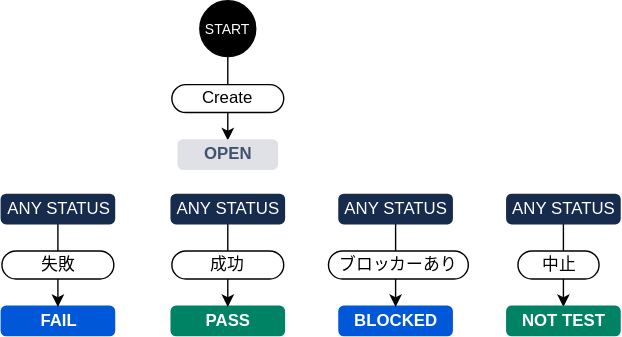
Before: draw.io/jiraflow-testrun.drawio.svg, a diagram exported from draw.io (yasukan23/Sonic-Scale). Source tidied: cells renumbered, new cells last; positions are measured from the earlier drawing's top-left corner, leaving out a move shared by most shapes.
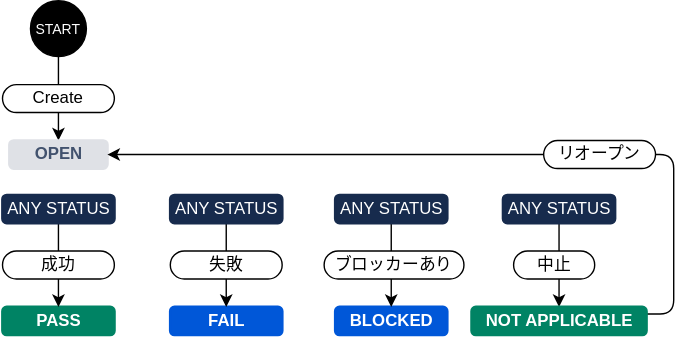
After the change.

Commit message:
[Update] テスト実行プロセスのドキュメントを更新。NOT TESTをNOT APPLICABLEに変更し、探索的テストの説明を明確化。JIRAチケットのリグレッションテストに関する記述を追加。関連するSVGワークフロー図の要素を調整。

The edit, as a diff of the source:
```diff
@@ -18,28 +18,36 @@
       <mxGeometry relative="1" as="geometry" />
     </mxCell>
     <mxCell id="7" value="FAIL" style="dashed=0;html=1;rounded=1;fillColor=#0057D8;strokeColor=#0057D8;fontSize=12;align=center;fontStyle=1;strokeWidth=2;fontColor=#ffffff;" parent="1" vertex="1">
-      <mxGeometry x="0.5" y="219" width="80" height="20" as="geometry" />
+      <mxGeometry x="242" y="219" width="80" height="20" as="geometry" />
     </mxCell>
     <mxCell id="8" style="edgeStyle=none;html=1;exitX=0.5;exitY=1;exitDx=0;exitDy=0;entryX=0.5;entryY=0;entryDx=0;entryDy=0;" parent="1" edge="1" source="9" target="12">
       <mxGeometry relative="1" as="geometry" />
     </mxCell>
     <mxCell id="9" value="ANY STATUS" style="dashed=0;html=1;rounded=1;fillColor=#172B4D;strokeColor=#172B4D;fontSize=12;align=center;fontStyle=0;strokeWidth=2;fontColor=#ffffff;" parent="1" vertex="1">
-      <mxGeometry x="362" y="139" width="80" height="20" as="geometry" />
+      <mxGeometry x="480" y="139" width="80" height="20" as="geometry" />
     </mxCell>
     <mxCell id="10" value="BLOCKED" style="dashed=0;html=1;rounded=1;fillColor=#0057D8;strokeColor=#0057D8;fontSize=12;align=center;fontStyle=1;strokeWidth=2;fontColor=#ffffff;" parent="1" vertex="1">
-      <mxGeometry x="242" y="219" width="80" height="20" as="geometry" />
+      <mxGeometry x="360" y="219" width="80" height="20" as="geometry" />
     </mxCell>
     <mxCell id="11" value="Create" style="whiteSpace=wrap;html=1;rounded=1;arcSize=50;" parent="1" vertex="1">
       <mxGeometry x="122" y="60" width="80" height="20" as="geometry" />
     </mxCell>
+    <mxCell id="22" style="edgeStyle=none;html=1;exitX=1;exitY=0.25;exitDx=0;exitDy=0;entryX=1;entryY=0.5;entryDx=0;entryDy=0;" parent="1" edge="1" source="12" target="4">
+      <mxGeometry relative="1" as="geometry">
+        <Array as="points">
+          <mxPoint x="602" y="224" />
+          <mxPoint x="602" y="110" />
+        </Array>
+      </mxGeometry>
+    </mxCell>
-    <mxCell id="12" value="NOT TEST" style="dashed=0;html=1;rounded=1;fillColor=#008364;strokeColor=#008364;fontSize=12;align=center;fontStyle=1;strokeWidth=2;fontColor=#ffffff;" parent="1" vertex="1">
-      <mxGeometry x="362" y="219" width="80" height="20" as="geometry" />
+    <mxCell id="12" value="NOT APPLICABLE" style="dashed=0;html=1;rounded=1;fillColor=#008364;strokeColor=#008364;fontSize=12;align=center;fontStyle=1;strokeWidth=2;fontColor=#ffffff;" parent="1" vertex="1">
+      <mxGeometry x="457.5" y="219" width="125" height="20" as="geometry" />
     </mxCell>
     <mxCell id="13" style="edgeStyle=none;html=1;exitX=0.5;exitY=1;exitDx=0;exitDy=0;entryX=0.5;entryY=0;entryDx=0;entryDy=0;" parent="1" edge="1" source="14" target="10">
       <mxGeometry relative="1" as="geometry" />
     </mxCell>
     <mxCell id="14" value="ANY STATUS" style="dashed=0;html=1;rounded=1;fillColor=#172B4D;strokeColor=#172B4D;fontSize=12;align=center;fontStyle=0;strokeWidth=2;fontColor=#ffffff;" parent="1" vertex="1">
-      <mxGeometry x="242" y="139" width="80" height="20" as="geometry" />
+      <mxGeometry x="360" y="139" width="80" height="20" as="geometry" />
     </mxCell>
     <mxCell id="15" value="ANY STATUS" style="dashed=0;html=1;rounded=1;fillColor=#172B4D;strokeColor=#172B4D;fontSize=12;align=center;fontStyle=0;strokeWidth=2;fontColor=#ffffff;" parent="1" vertex="1">
       <mxGeometry x="122" y="139" width="80" height="20" as="geometry" />
@@ -48,19 +56,22 @@
       <mxGeometry relative="1" as="geometry" />
     </mxCell>
     <mxCell id="17" value="ANY STATUS" style="dashed=0;html=1;rounded=1;fillColor=#172B4D;strokeColor=#172B4D;fontSize=12;align=center;fontStyle=0;strokeWidth=2;fontColor=#ffffff;" parent="1" vertex="1">
-      <mxGeometry x="0.5" y="139" width="80" height="20" as="geometry" />
+      <mxGeometry x="242" y="139" width="80" height="20" as="geometry" />
     </mxCell>
     <mxCell id="18" value="ブロッカーあり" style="whiteSpace=wrap;html=1;rounded=1;arcSize=50;" parent="1" vertex="1">
-      <mxGeometry x="234" y="179" width="100" height="20" as="geometry" />
+      <mxGeometry x="352" y="179" width="100" height="20" as="geometry" />
     </mxCell>
     <mxCell id="19" value="成功" style="whiteSpace=wrap;html=1;rounded=1;arcSize=50;" parent="1" vertex="1">
       <mxGeometry x="122" y="179" width="80" height="20" as="geometry" />
     </mxCell>
     <mxCell id="20" value="中止" style="whiteSpace=wrap;html=1;rounded=1;arcSize=50;" parent="1" vertex="1">
-      <mxGeometry x="369.5" y="179" width="58" height="20" as="geometry" />
+      <mxGeometry x="487.5" y="179" width="58" height="20" as="geometry" />
     </mxCell>
     <mxCell id="21" value="失敗" style="whiteSpace=wrap;html=1;rounded=1;arcSize=50;" parent="1" vertex="1">
-      <mxGeometry x="0.5" y="179" width="80" height="20" as="geometry" />
+      <mxGeometry x="242" y="179" width="80" height="20" as="geometry" />
     </mxCell>
+    <mxCell id="23" value="リオープン" style="whiteSpace=wrap;html=1;rounded=1;arcSize=50;" parent="1" vertex="1">
+      <mxGeometry x="509" y="100" width="80" height="20" as="geometry" />
+    </mxCell>
   </root>
 </mxGraphModel>
```
